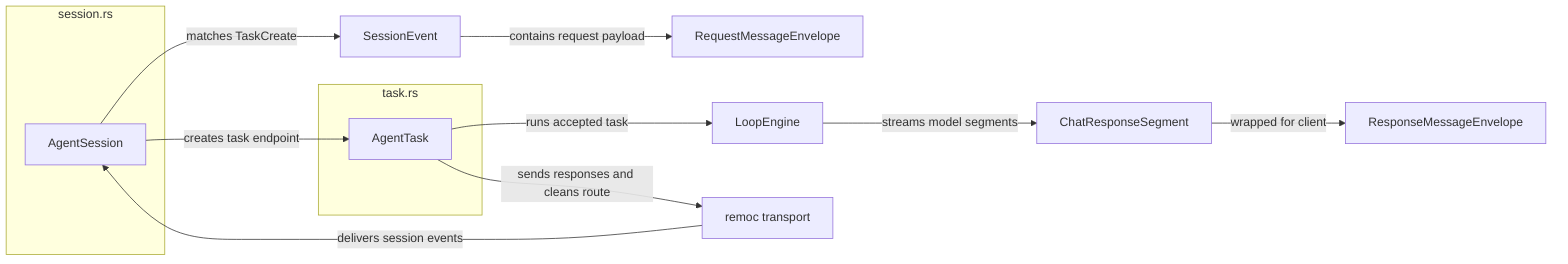
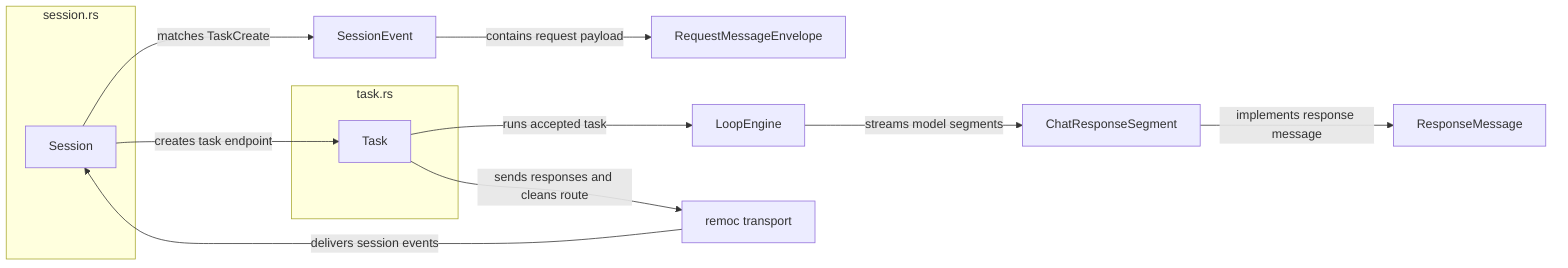
flowchart LR
  subgraph session_rs["session.rs"]
-     AgentSession["AgentSession"]
+     Session["Session"]
  end

  subgraph task_rs["task.rs"]
-     AgentTask["AgentTask"]
+     Task["Task"]
  end

  LoopEngine["LoopEngine"]
  SessionEvent["SessionEvent"]
  RequestMessageEnvelope["RequestMessageEnvelope"]
-   ResponseMessageEnvelope["ResponseMessageEnvelope"]
+   ResponseMessage["ResponseMessage"]
  ChatResponseSegment["ChatResponseSegment"]
  RemocTransport["remoc transport"]

-   RemocTransport -->|"delivers session events"| AgentSession
-   AgentSession -->|"matches TaskCreate"| SessionEvent
+   RemocTransport -->|"delivers session events"| Session
+   Session -->|"matches TaskCreate"| SessionEvent
  SessionEvent -->|"contains request payload"| RequestMessageEnvelope
-   AgentSession -->|"creates task endpoint"| AgentTask
-   AgentTask -->|"runs accepted task"| LoopEngine
+   Session -->|"creates task endpoint"| Task
+   Task -->|"runs accepted task"| LoopEngine
  LoopEngine -->|"streams model segments"| ChatResponseSegment
-   ChatResponseSegment -->|"wrapped for client"| ResponseMessageEnvelope
-   AgentTask -->|"sends responses and cleans route"| RemocTransport
+   ChatResponseSegment -->|"implements response message"| ResponseMessage
+   Task -->|"sends responses and cleans route"| RemocTransport
